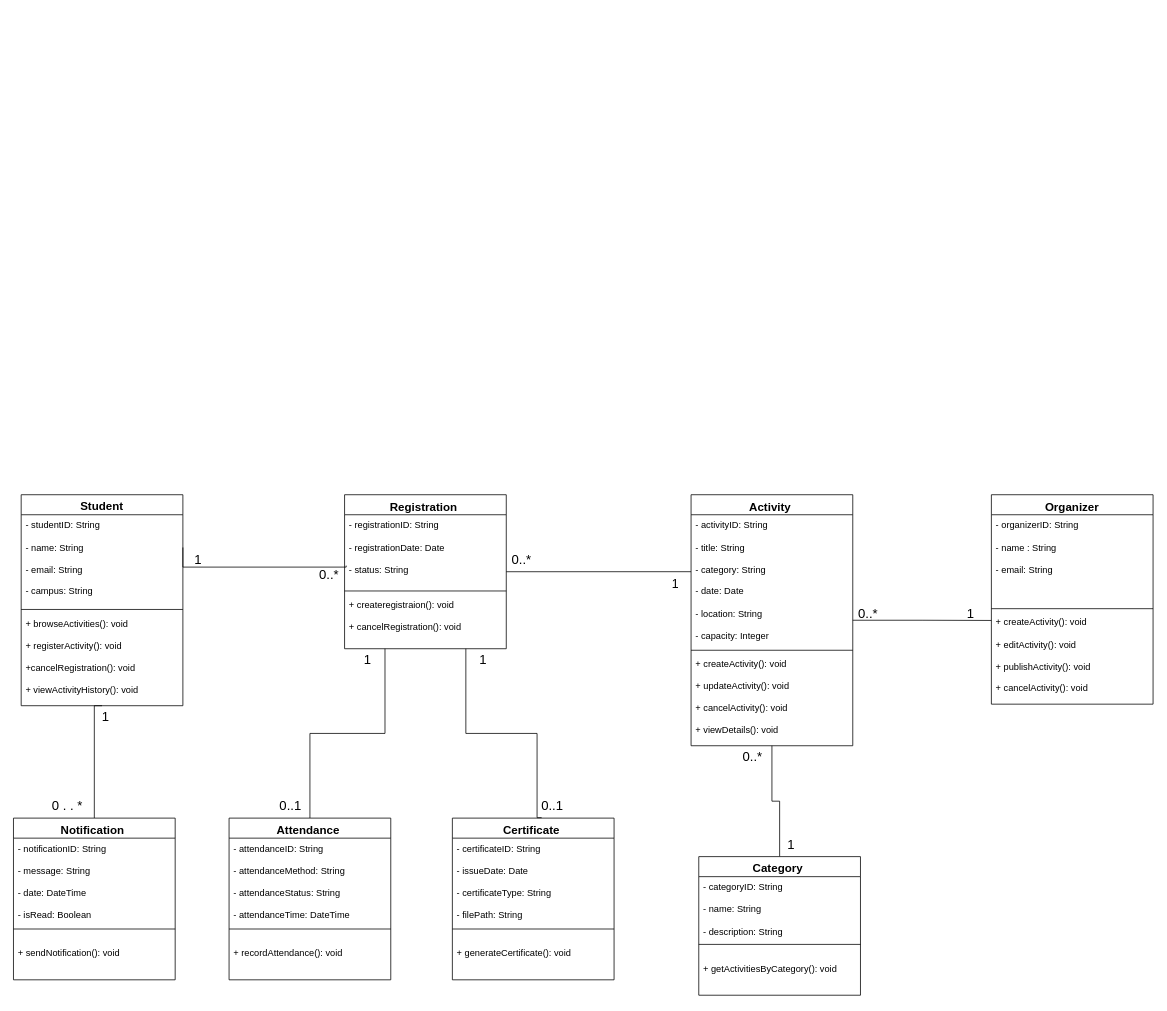
Before: Task 6 - UML Class Diagram_.drawio in Jaanaa0/IT353-project, a draw.io diagram. Source tidied: cells renumbered, new cells numbered last; positions are measured from the earlier drawing's top-left corner, leaving out a move shared by most shapes. Both pictures are drawn from the tidied source at 77%, with x=0, y=0 at pixel (13, 494).
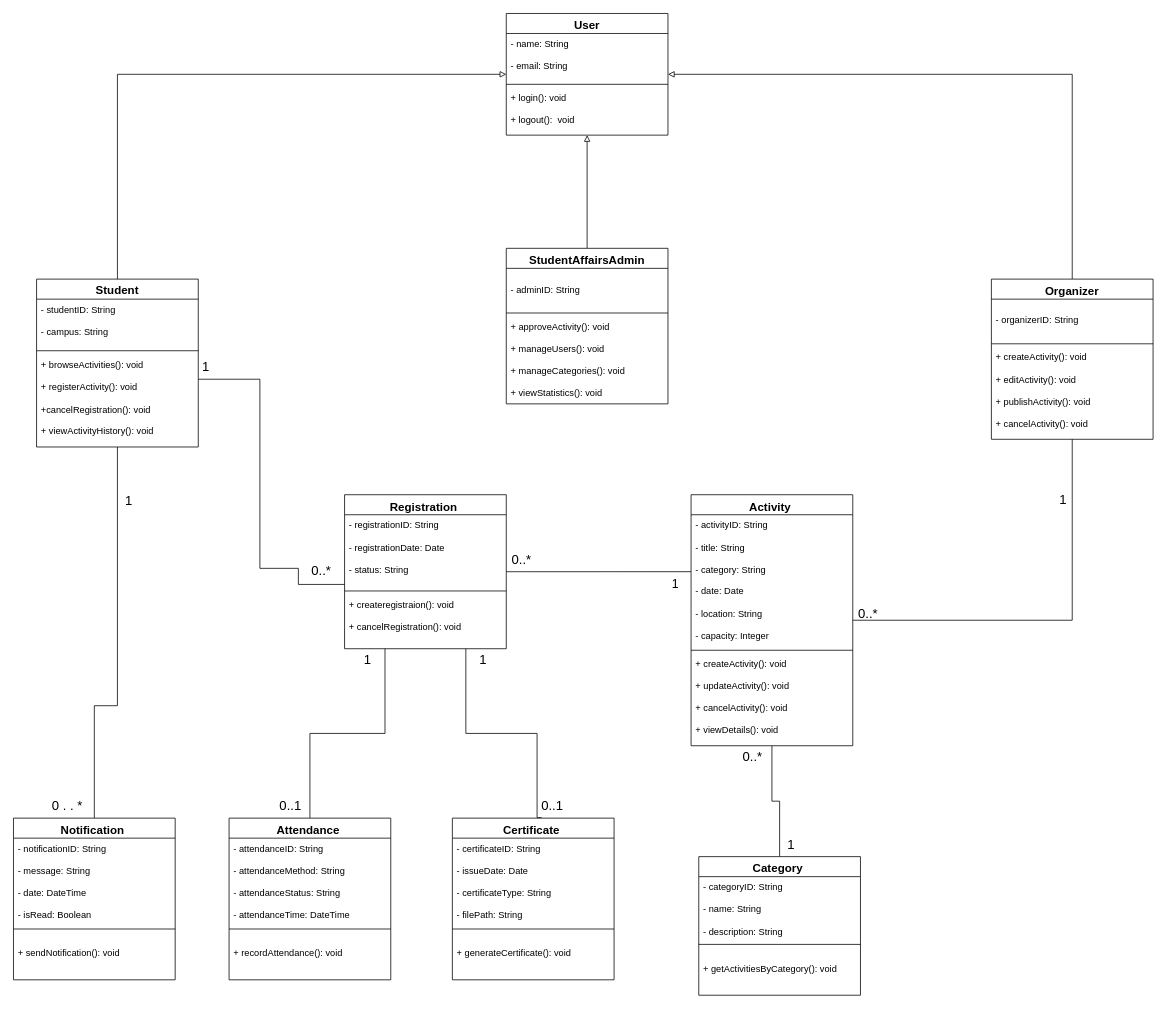
Above is the later version.

Commit message:
Finalize UML class diagram - Part 3

Unchanged cells that the change refers to:
```xml
<mxCell id="12" value="&lt;font style=&quot;font-size: 15px;&quot;&gt;Activity&amp;nbsp;&lt;/font&gt;" style="swimlane;fontStyle=1;align=center;verticalAlign=top;horizontal=1;startSize=26;whiteSpace=wrap;html=1;" parent="1" vertex="1">
  <mxGeometry x="880" width="210" height="326" as="geometry" />
</mxCell>
<mxCell id="18" value="- registrationID: String&amp;nbsp;&lt;div&gt;&lt;br&gt;&lt;/div&gt;&lt;div&gt;- registrationDate: Date&lt;/div&gt;&lt;div&gt;&lt;br&gt;&lt;/div&gt;&lt;div&gt;- status: String&amp;nbsp;&lt;/div&gt;" style="text;strokeColor=none;fillColor=none;align=left;verticalAlign=top;spacingLeft=4;spacingRight=4;overflow=hidden;points=[[0,0.5],[1,0.5]];portConstraint=eastwest;whiteSpace=wrap;html=1;" parent="17" vertex="1">
  <mxGeometry y="26" width="210" height="95" as="geometry" />
</mxCell>
```

The edit, as a diff of the source:
```diff
@@
+    <mxCell id="56" style="edgeStyle=orthogonalEdgeStyle;rounded=0;jettySize=auto;html=1;exitX=0.5;exitY=0;exitDx=0;exitDy=0;entryX=0;entryY=0.5;entryDx=0;entryDy=0;endArrow=block;endFill=0;" parent="1" edge="1" source="3" target="58">
+      <mxGeometry relative="1" as="geometry" />
+    </mxCell>
     <mxCell id="3" value="&lt;div style=&quot;line-height: 140%;&quot;&gt;&lt;font style=&quot;font-size: 15px;&quot;&gt;Student&lt;/font&gt;&lt;/div&gt;" style="swimlane;fontStyle=1;align=center;verticalAlign=top;horizontal=1;startSize=26;whiteSpace=wrap;html=1;" parent="1" vertex="1">
-      <mxGeometry x="10" width="210" height="274" as="geometry" />
+      <mxGeometry x="30" y="-280" width="210" height="218" as="geometry" />
     </mxCell>
-    <mxCell id="4" value="- studentID: String&amp;nbsp;&lt;div&gt;&lt;br&gt;&lt;/div&gt;&lt;div&gt;- name: String&lt;/div&gt;&lt;div&gt;&lt;br&gt;&lt;/div&gt;&lt;div&gt;- email: String&amp;nbsp;&lt;/div&gt;&lt;div&gt;&lt;br&gt;&lt;/div&gt;&lt;div&gt;- campus: String&lt;/div&gt;&lt;div&gt;&lt;br&gt;&lt;/div&gt;&lt;div&gt;&amp;nbsp;&lt;/div&gt;" style="text;strokeColor=none;fillColor=none;align=left;verticalAlign=top;spacingLeft=4;spacingRight=4;overflow=hidden;whiteSpace=wrap;html=1;" parent="3" vertex="1">
-      <mxGeometry y="26" width="210" height="118" as="geometry" />
+    <mxCell id="4" value="- studentID: String&lt;span style=&quot;background-color: transparent; color: light-dark(rgb(0, 0, 0), rgb(255, 255, 255));&quot;&gt;&amp;nbsp;&lt;/span&gt;&lt;div&gt;&lt;br&gt;&lt;/div&gt;&lt;div&gt;- campus: String&lt;/div&gt;&lt;div&gt;&lt;br&gt;&lt;/div&gt;&lt;div&gt;&amp;nbsp;&lt;/div&gt;" style="text;strokeColor=none;fillColor=none;align=left;verticalAlign=top;spacingLeft=4;spacingRight=4;overflow=hidden;whiteSpace=wrap;html=1;" parent="3" vertex="1">
+      <mxGeometry y="26" width="210" height="62" as="geometry" />
     </mxCell>
     <mxCell id="5" style="line;strokeWidth=1;fillColor=none;align=left;verticalAlign=middle;spacingTop=-1;spacingLeft=3;spacingRight=3;labelPosition=right;strokeColor=inherit;" parent="3" vertex="1">
-      <mxGeometry y="144" width="210" height="10" as="geometry" />
+      <mxGeometry y="88" width="210" height="10" as="geometry" />
     </mxCell>
     <mxCell id="6" value="+ browseActivities(): void&amp;nbsp;&lt;div&gt;&lt;br&gt;&lt;/div&gt;&lt;div&gt;+ registerActivity(): void&lt;/div&gt;&lt;div&gt;&lt;br&gt;&lt;/div&gt;&lt;div&gt;+cancelRegistration(): void&amp;nbsp;&lt;/div&gt;&lt;div&gt;&lt;br&gt;&lt;/div&gt;&lt;div&gt;+ viewActivityHistory(): void&amp;nbsp;&lt;/div&gt;&lt;div&gt;&lt;br&gt;&lt;/div&gt;&lt;div&gt;&lt;br&gt;&lt;/div&gt;" style="text;strokeColor=none;fillColor=none;align=left;verticalAlign=top;spacingLeft=4;spacingRight=4;overflow=hidden;whiteSpace=wrap;html=1;" parent="3" vertex="1">
-      <mxGeometry y="154" width="210" height="120" as="geometry" />
+      <mxGeometry y="98" width="210" height="120" as="geometry" />
     </mxCell>
+    <mxCell id="57" style="edgeStyle=orthogonalEdgeStyle;rounded=0;jettySize=auto;html=1;exitX=0.5;exitY=0;exitDx=0;exitDy=0;entryX=1;entryY=0.5;entryDx=0;entryDy=0;endArrow=block;endFill=0;" parent="1" edge="1" source="7" target="58">
+      <mxGeometry relative="1" as="geometry" />
+    </mxCell>
     <mxCell id="7" value="&lt;font style=&quot;font-size: 15px;&quot;&gt;Organizer&lt;/font&gt;" style="swimlane;fontStyle=1;align=center;verticalAlign=top;horizontal=1;startSize=26;whiteSpace=wrap;html=1;" parent="1" vertex="1">
-      <mxGeometry x="1270" width="210" height="272" as="geometry" />
+      <mxGeometry x="1270" y="-280" width="210" height="208" as="geometry" />
     </mxCell>
-    <mxCell id="8" value="- organizerID: String&amp;nbsp;&lt;div&gt;&lt;br&gt;&lt;/div&gt;&lt;div&gt;- name : String&amp;nbsp;&lt;/div&gt;&lt;div&gt;&lt;br&gt;&lt;/div&gt;&lt;div&gt;- email: String&amp;nbsp;&lt;/div&gt;" style="text;strokeColor=none;fillColor=none;align=left;verticalAlign=top;spacingLeft=4;spacingRight=4;overflow=hidden;whiteSpace=wrap;html=1;" parent="7" vertex="1">
-      <mxGeometry y="26" width="210" height="118" as="geometry" />
+    <mxCell id="8" value="&lt;div&gt;&lt;br&gt;&lt;/div&gt;- organizerID: String&lt;span style=&quot;background-color: transparent; color: light-dark(rgb(0, 0, 0), rgb(255, 255, 255));&quot;&gt;&amp;nbsp;&lt;/span&gt;&lt;div&gt;&lt;div&gt;&lt;br&gt;&lt;/div&gt;&lt;div&gt;&amp;nbsp;&lt;/div&gt;&lt;div&gt;&lt;br&gt;&lt;/div&gt;&lt;div&gt;&lt;br&gt;&lt;/div&gt;&lt;/div&gt;" style="text;strokeColor=none;fillColor=none;align=left;verticalAlign=top;spacingLeft=4;spacingRight=4;overflow=hidden;whiteSpace=wrap;html=1;" parent="7" vertex="1">
+      <mxGeometry y="26" width="210" height="54" as="geometry" />
     </mxCell>
     <mxCell id="9" style="line;strokeWidth=1;fillColor=none;align=left;verticalAlign=middle;spacingTop=-1;spacingLeft=3;spacingRight=3;labelPosition=right;strokeColor=inherit;" parent="7" vertex="1">
-      <mxGeometry y="144" width="210" height="8" as="geometry" />
+      <mxGeometry y="80" width="210" height="8" as="geometry" />
     </mxCell>
     <mxCell id="10" value="+ createActivity(): void&amp;nbsp;&lt;div&gt;&lt;br&gt;&lt;/div&gt;&lt;div&gt;+ editActivity(): void&amp;nbsp;&lt;/div&gt;&lt;div&gt;&lt;br&gt;&lt;/div&gt;&lt;div&gt;+ publishActivity(): void&amp;nbsp;&lt;/div&gt;&lt;div&gt;&lt;br&gt;&lt;/div&gt;&lt;div&gt;+ cancelActivity(): void&lt;/div&gt;" style="text;strokeColor=none;fillColor=none;align=left;verticalAlign=top;spacingLeft=4;spacingRight=4;overflow=hidden;whiteSpace=wrap;html=1;" parent="7" vertex="1">
-      <mxGeometry y="152" width="210" height="120" as="geometry" />
+      <mxGeometry y="88" width="210" height="120" as="geometry" />
     </mxCell>
@@
     <mxCell id="21" value="&lt;font style=&quot;font-size: 17px;&quot;&gt;1&lt;/font&gt;" style="text;html=1;whiteSpace=wrap;strokeColor=none;fillColor=none;align=center;verticalAlign=middle;rounded=0;" parent="1" vertex="1">
-      <mxGeometry x="90" y="274" width="60" height="30" as="geometry" />
+      <mxGeometry x="120" y="-6" width="60" height="30" as="geometry" />
     </mxCell>
@@
-    <mxCell id="47" style="edgeStyle=orthogonalEdgeStyle;rounded=0;jettySize=auto;html=1;exitX=1;exitY=0.25;exitDx=0;exitDy=0;entryX=0.01;entryY=0.695;entryDx=0;entryDy=0;entryPerimeter=0;endArrow=none;endFill=0;" parent="1" edge="1" source="3" target="18">
+    <mxCell id="47" style="edgeStyle=orthogonalEdgeStyle;rounded=0;orthogonalLoop=1;jettySize=auto;html=1;exitX=1;exitY=0.25;exitDx=0;exitDy=0;entryX=0;entryY=0.028;entryDx=0;entryDy=0;entryPerimeter=0;endArrow=none;endFill=0;" parent="1" edge="1">
       <mxGeometry relative="1" as="geometry">
+        <mxPoint x="240" y="-150" as="sourcePoint" />
+        <mxPoint x="430" y="116.5" as="targetPoint" />
         <Array as="points">
-          <mxPoint x="220" y="94" />
-          <mxPoint x="432.1" y="94" />
+          <mxPoint x="320" y="-150" />
+          <mxPoint x="320" y="95.6" />
+          <mxPoint x="370" y="95.6" />
+          <mxPoint x="370" y="116.6" />
         </Array>
       </mxGeometry>
     </mxCell>
     <mxCell id="48" value="&lt;font style=&quot;font-size: 17px;&quot;&gt;1&lt;/font&gt;" style="text;html=1;whiteSpace=wrap;strokeColor=none;fillColor=none;align=center;verticalAlign=middle;rounded=0;" parent="1" vertex="1">
-      <mxGeometry x="210" y="70" width="60" height="30" as="geometry" />
+      <mxGeometry x="220" y="-180" width="60" height="30" as="geometry" />
     </mxCell>
     <mxCell id="49" value="&lt;font style=&quot;font-size: 17px;&quot;&gt;0..*&lt;/font&gt;" style="text;html=1;whiteSpace=wrap;strokeColor=none;fillColor=none;align=center;verticalAlign=middle;rounded=0;" parent="1" vertex="1">
-      <mxGeometry x="380" y="90" width="60" height="30" as="geometry" />
+      <mxGeometry x="370" y="85" width="60" height="30" as="geometry" />
     </mxCell>
@@
-    <mxCell id="53" style="edgeStyle=orthogonalEdgeStyle;rounded=0;jettySize=auto;html=1;exitX=1;exitY=0.5;exitDx=0;exitDy=0;endArrow=none;endFill=0;" parent="1" edge="1" source="12">
-      <mxGeometry relative="1" as="geometry">
-        <mxPoint x="1270" y="163.3" as="targetPoint" />
-      </mxGeometry>
+    <mxCell id="53" style="edgeStyle=orthogonalEdgeStyle;rounded=0;jettySize=auto;html=1;exitX=1;exitY=0.5;exitDx=0;exitDy=0;endArrow=none;endFill=0;entryX=0.5;entryY=1;entryDx=0;entryDy=0;" parent="1" edge="1" source="12" target="7">
+      <mxGeometry relative="1" as="geometry" />
     </mxCell>
@@
     <mxCell id="55" value="&lt;span style=&quot;white-space: pre;&quot;&gt;&#9;&lt;/span&gt;&lt;font style=&quot;font-size: 17px;&quot;&gt;1&lt;/font&gt;" style="text;html=1;whiteSpace=wrap;strokeColor=none;fillColor=none;align=center;verticalAlign=middle;rounded=0;" parent="1" vertex="1">
-      <mxGeometry x="1200" y="140" width="60" height="30" as="geometry" />
+      <mxGeometry x="1320" y="-8" width="60" height="30" as="geometry" />
     </mxCell>
+    <mxCell id="58" value="&lt;font style=&quot;font-size: 15px;&quot;&gt;User&lt;/font&gt;" style="swimlane;fontStyle=1;align=center;verticalAlign=top;horizontal=1;startSize=26;whiteSpace=wrap;html=1;" parent="1" vertex="1">
+      <mxGeometry x="640" y="-625" width="210" height="158" as="geometry" />
+    </mxCell>
+    <mxCell id="59" value="- name: String&amp;nbsp;&lt;div&gt;&lt;br&gt;&lt;/div&gt;&lt;div&gt;- email: String&amp;nbsp;&lt;/div&gt;" style="text;strokeColor=none;fillColor=none;align=left;verticalAlign=top;spacingLeft=4;spacingRight=4;overflow=hidden;whiteSpace=wrap;html=1;" parent="58" vertex="1">
+      <mxGeometry y="26" width="210" height="62" as="geometry" />
+    </mxCell>
+    <mxCell id="60" style="line;strokeWidth=1;fillColor=none;align=left;verticalAlign=middle;spacingTop=-1;spacingLeft=3;spacingRight=3;labelPosition=right;strokeColor=inherit;" parent="58" vertex="1">
+      <mxGeometry y="88" width="210" height="8" as="geometry" />
+    </mxCell>
+    <mxCell id="61" value="+ login(): void&amp;nbsp;&lt;div&gt;&lt;br&gt;&lt;/div&gt;&lt;div&gt;+ logout():&amp;nbsp; void&lt;/div&gt;" style="text;strokeColor=none;fillColor=none;align=left;verticalAlign=top;spacingLeft=4;spacingRight=4;overflow=hidden;whiteSpace=wrap;html=1;" parent="58" vertex="1">
+      <mxGeometry y="96" width="210" height="62" as="geometry" />
+    </mxCell>
+    <mxCell id="62" style="edgeStyle=orthogonalEdgeStyle;rounded=0;jettySize=auto;html=1;entryX=0.5;entryY=1;entryDx=0;entryDy=0;endArrow=block;endFill=0;" parent="1" edge="1" source="63" target="58">
+      <mxGeometry relative="1" as="geometry" />
+    </mxCell>
+    <mxCell id="63" value="&lt;font style=&quot;font-size: 15px;&quot;&gt;StudentAffairsAdmin&lt;/font&gt;" style="swimlane;fontStyle=1;align=center;verticalAlign=top;horizontal=1;startSize=26;whiteSpace=wrap;html=1;" parent="1" vertex="1">
+      <mxGeometry x="640" y="-320" width="210" height="202" as="geometry" />
+    </mxCell>
+    <mxCell id="64" value="&lt;div&gt;&lt;br&gt;&lt;/div&gt;&lt;div&gt;- adminID: String&lt;/div&gt;" style="text;strokeColor=none;fillColor=none;align=left;verticalAlign=top;spacingLeft=4;spacingRight=4;overflow=hidden;whiteSpace=wrap;html=1;" parent="63" vertex="1">
+      <mxGeometry y="26" width="210" height="54" as="geometry" />
+    </mxCell>
+    <mxCell id="65" style="line;strokeWidth=1;fillColor=none;align=left;verticalAlign=middle;spacingTop=-1;spacingLeft=3;spacingRight=3;labelPosition=right;strokeColor=inherit;" parent="63" vertex="1">
+      <mxGeometry y="80" width="210" height="8" as="geometry" />
+    </mxCell>
+    <mxCell id="66" value="+ approveActivity(): void&amp;nbsp;&lt;div&gt;&lt;br&gt;&lt;/div&gt;&lt;div&gt;+ manageUsers(): void&amp;nbsp;&lt;/div&gt;&lt;div&gt;&lt;br&gt;&lt;/div&gt;&lt;div&gt;+ manageCategories(): void&amp;nbsp;&lt;/div&gt;&lt;div&gt;&lt;br&gt;&lt;/div&gt;&lt;div&gt;+ viewStatistics(): void&amp;nbsp;&lt;/div&gt;" style="text;strokeColor=none;fillColor=none;align=left;verticalAlign=top;spacingLeft=4;spacingRight=4;overflow=hidden;whiteSpace=wrap;html=1;" parent="63" vertex="1">
+      <mxGeometry y="88" width="210" height="114" as="geometry" />
+    </mxCell>
```
